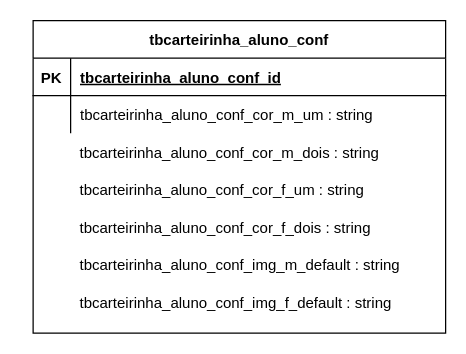
Djalma0multfacil/carteirinha_modelagem keeps this draw.io diagram as carteirinha aluno modelagem.drawio. Above is the earlier version. Source tidied: cells renumbered, new cells numbered last; positions are measured from the earlier drawing's top-left corner, leaving out a move shared by most shapes. Both pictures are drawn from the tidied source at 125%, with x=0, y=0 at pixel (20, 20).
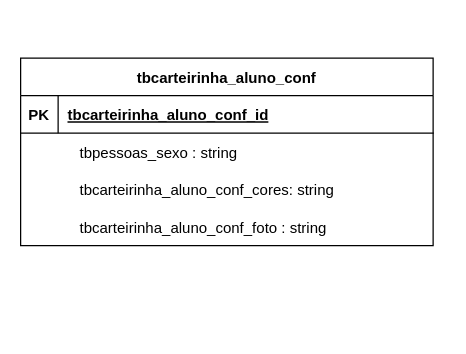
After the change.

The change refers to these unchanged cells:
```xml
<mxCell id="9" style="shape=partialRectangle;fillColor=none;top=0;left=0;right=0;bottom=0;" parent="1" vertex="1">
  <mxGeometry y="90" width="330" height="30" as="geometry" />
</mxCell>
<mxCell id="12" style="shape=partialRectangle;fillColor=none;top=0;left=0;right=0;bottom=0;" parent="1" vertex="1">
  <mxGeometry y="120" width="330" height="30" as="geometry" />
</mxCell>
<mxCell id="15" style="shape=partialRectangle;fillColor=none;top=0;left=0;right=0;bottom=0;" parent="1" vertex="1">
  <mxGeometry y="150" width="330" height="30" as="geometry" />
</mxCell>
```

The edit, as a diff of the source:
```diff
@@
     <mxCell id="2" value="tbcarteirinha_aluno_conf" style="shape=table;startSize=30;childLayout=tableLayout;rowLines=0;fontStyle=1;align=center;" parent="1" vertex="1">
-      <mxGeometry x="10" width="330" height="250" as="geometry" />
+      <mxGeometry y="30" width="330" height="150" as="geometry" />
     </mxCell>
@@
-    <mxCell id="6" style="shape=partialRectangle;fillColor=none;top=0;left=0;right=0;bottom=0;" parent="2" vertex="1">
-      <mxGeometry y="60" width="330" height="30" as="geometry" />
-    </mxCell>
-    <mxCell id="7" style="shape=partialRectangle;overflow=hidden;fillColor=none;top=0;left=0;bottom=0;right=0;" parent="6" vertex="1">
-      <mxGeometry width="30" height="30" as="geometry" />
-    </mxCell>
-    <mxCell id="8" value="tbcarteirinha_aluno_conf_cor_m_um : string " style="shape=partialRectangle;overflow=hidden;fillColor=none;top=0;left=0;bottom=0;right=0;align=left;spacingLeft=6;" parent="6" vertex="1">
-      <mxGeometry x="30" width="300" height="30" as="geometry" />
-    </mxCell>
@@
-    <mxCell id="11" value="tbcarteirinha_aluno_conf_cor_m_dois : string" style="shape=partialRectangle;overflow=hidden;fillColor=none;top=0;left=0;bottom=0;right=0;align=left;spacingLeft=6;" parent="9" vertex="1">
+    <mxCell id="11" value="tbpessoas_sexo : string" style="shape=partialRectangle;overflow=hidden;fillColor=none;top=0;left=0;bottom=0;right=0;align=left;spacingLeft=6;" parent="9" vertex="1">
       <mxGeometry x="39.6" width="290.4" height="30" as="geometry" />
     </mxCell>
@@
-    <mxCell id="14" value="tbcarteirinha_aluno_conf_cor_f_um : string" style="shape=partialRectangle;overflow=hidden;fillColor=none;top=0;left=0;bottom=0;right=0;align=left;spacingLeft=6;" parent="12" vertex="1">
+    <mxCell id="14" value="tbcarteirinha_aluno_conf_cores: string" style="shape=partialRectangle;overflow=hidden;fillColor=none;top=0;left=0;bottom=0;right=0;align=left;spacingLeft=6;" parent="12" vertex="1">
       <mxGeometry x="39.6" width="290.4" height="30" as="geometry" />
     </mxCell>
@@
-    <mxCell id="17" value="tbcarteirinha_aluno_conf_cor_f_dois : string" style="shape=partialRectangle;overflow=hidden;fillColor=none;top=0;left=0;bottom=0;right=0;align=left;spacingLeft=6;" parent="15" vertex="1">
+    <mxCell id="17" value="tbcarteirinha_aluno_conf_foto : string" style="shape=partialRectangle;overflow=hidden;fillColor=none;top=0;left=0;bottom=0;right=0;align=left;spacingLeft=6;" parent="15" vertex="1">
       <mxGeometry x="39.6" width="290.4" height="30" as="geometry" />
     </mxCell>
-    <mxCell id="18" style="shape=partialRectangle;fillColor=none;top=0;left=0;right=0;bottom=0;" parent="1" vertex="1">
-      <mxGeometry y="180" width="330" height="30" as="geometry" />
-    </mxCell>
-    <mxCell id="19" style="shape=partialRectangle;overflow=hidden;fillColor=none;top=0;left=0;bottom=0;right=0;" parent="18" vertex="1">
-      <mxGeometry width="39.6" height="30" as="geometry" />
-    </mxCell>
-    <mxCell id="20" value="tbcarteirinha_aluno_conf_img_m_default : string" style="shape=partialRectangle;overflow=hidden;fillColor=none;top=0;left=0;bottom=0;right=0;align=left;spacingLeft=6;" parent="18" vertex="1">
-      <mxGeometry x="39.6" width="290.4" height="30" as="geometry" />
-    </mxCell>
-    <mxCell id="21" style="shape=partialRectangle;fillColor=none;top=0;left=0;right=0;bottom=0;" parent="1" vertex="1">
-      <mxGeometry y="210" width="330" height="30" as="geometry" />
-    </mxCell>
-    <mxCell id="22" style="shape=partialRectangle;overflow=hidden;fillColor=none;top=0;left=0;bottom=0;right=0;" parent="21" vertex="1">
-      <mxGeometry width="39.6" height="30" as="geometry" />
-    </mxCell>
-    <mxCell id="23" value="tbcarteirinha_aluno_conf_img_f_default : string" style="shape=partialRectangle;overflow=hidden;fillColor=none;top=0;left=0;bottom=0;right=0;align=left;spacingLeft=6;" parent="21" vertex="1">
-      <mxGeometry x="39.6" width="290.4" height="30" as="geometry" />
-    </mxCell>
```
